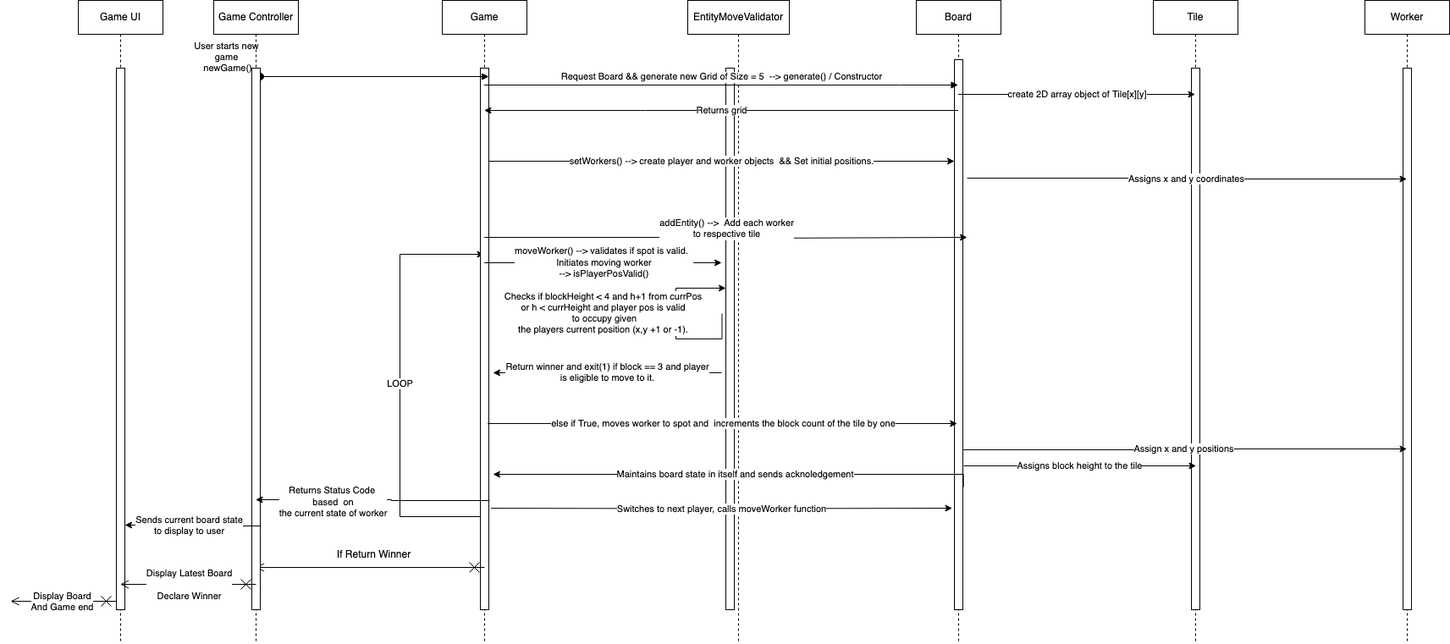
This is build_justification.drawio.png from rajathmCMU/f23-lab04, a draw.io export, as it was before one commit. Source tidied: cells renumbered, new cells last; positions are measured from the earlier drawing's top-left corner, leaving out a move shared by most shapes.
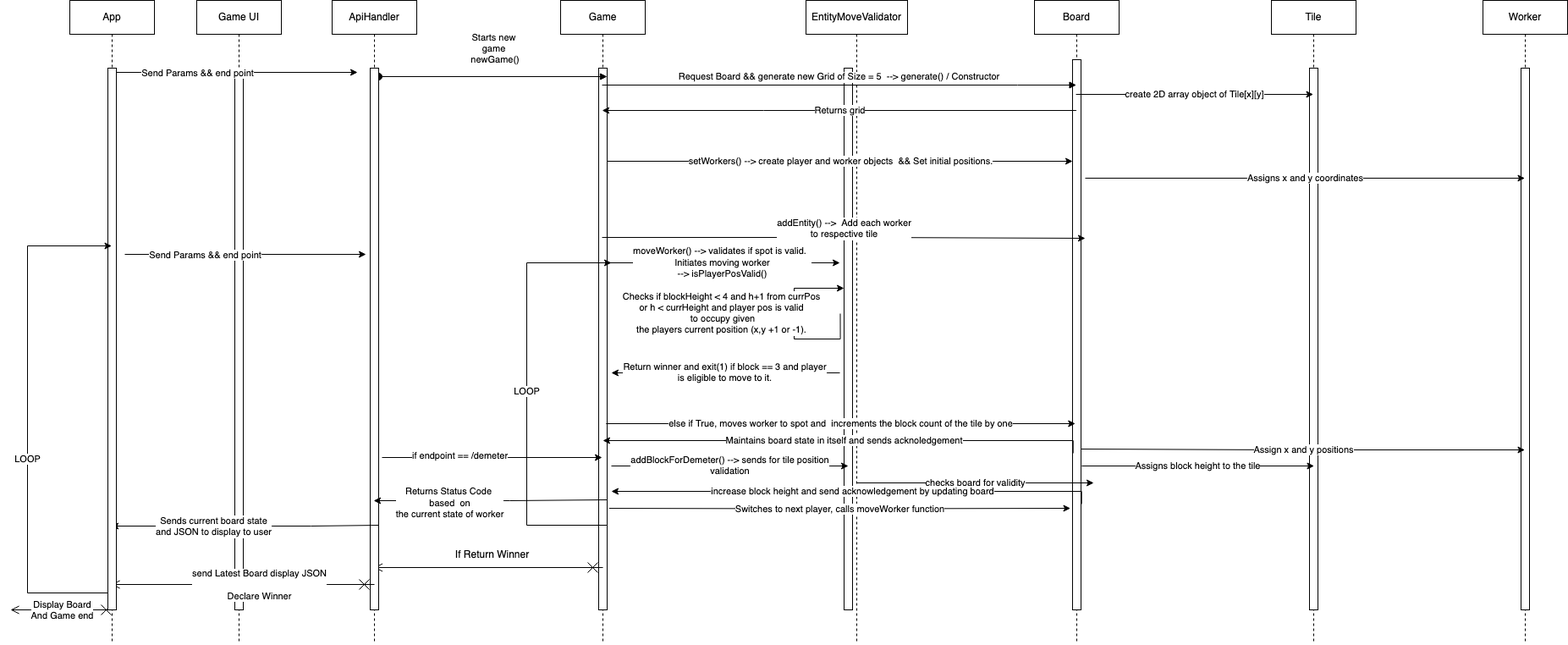
After the commit.

What changed in the source:
```diff
@@ -5,14 +5,6 @@
     <mxCell id="2" value="Game" style="shape=umlLifeline;perimeter=lifelinePerimeter;whiteSpace=wrap;html=1;outlineConnect=0;portConstraint=eastwest;newEdgeStyle={&quot;curved&quot;:0,&quot;rounded&quot;:0};" parent="1" vertex="1">
       <mxGeometry x="510" width="100" height="760" as="geometry" />
     </mxCell>
-    <mxCell id="3" value="LOOP" style="edgeStyle=orthogonalEdgeStyle;rounded=0;jettySize=auto;html=1;curved=0;" parent="2" edge="1" source="4" target="2">
-      <mxGeometry relative="1" as="geometry">
-        <Array as="points">
-          <mxPoint x="-50" y="610" />
-          <mxPoint x="-50" y="300" />
-        </Array>
-      </mxGeometry>
-    </mxCell>
     <mxCell id="4" style="html=1;points=[[0,0,0,0,5],[0,1,0,0,-5],[1,0,0,0,5],[1,1,0,0,-5]];perimeter=orthogonalPerimeter;outlineConnect=0;targetShapes=umlLifeline;portConstraint=eastwest;newEdgeStyle={&quot;curved&quot;:0,&quot;rounded&quot;:0};" parent="2" vertex="1">
       <mxGeometry x="45" y="80" width="10" height="640" as="geometry" />
     </mxCell>
@@ -51,11 +43,10 @@
     <mxCell id="13" style="html=1;perimeter=orthogonalPerimeter;targetShapes=umlLifeline;newEdgeStyle={&quot;curved&quot;:0,&quot;rounded&quot;:0};" parent="11" vertex="1">
       <mxGeometry x="45" y="80" width="10" height="640" as="geometry" />
     </mxCell>
-    <mxCell id="14" value="&lt;div&gt;User starts new&lt;/div&gt;&lt;div&gt;game&lt;/div&gt;&amp;nbsp;newGame()" style="html=1;verticalAlign=bottom;startArrow=oval;startFill=1;endArrow=block;startSize=8;curved=0;rounded=0;" parent="1" edge="1">
-      <mxGeometry x="-1" y="-40" relative="1" as="geometry">
+    <mxCell id="14" value="&lt;div&gt;Starts new&lt;/div&gt;&lt;div&gt;game&lt;/div&gt;&amp;nbsp;newGame()" style="html=1;verticalAlign=bottom;startArrow=oval;startFill=1;endArrow=block;startSize=8;curved=0;rounded=0;" parent="1" edge="1">
+      <mxGeometry y="10" relative="1" as="geometry">
         <mxPoint x="295" y="90" as="sourcePoint" />
         <mxPoint x="565" y="90" as="targetPoint" />
-        <mxPoint x="-40" y="-40" as="offset" />
       </mxGeometry>
     </mxCell>
     <mxCell id="15" value="Request Board &amp;amp;&amp;amp; generate new Grid of Size = 5&amp;nbsp; --&amp;gt; generate() / Constructor" style="html=1;verticalAlign=bottom;endArrow=block;curved=0;rounded=0;" parent="1" edge="1" source="2" target="9">
@@ -148,10 +139,10 @@
     </mxCell>
     <mxCell id="26" value="Maintains board state in itself and sends acknoledgement" style="edgeStyle=orthogonalEdgeStyle;rounded=0;orthogonalLoop=1;jettySize=auto;html=1;curved=0;" parent="1" edge="1">
       <mxGeometry relative="1" as="geometry">
-        <mxPoint x="1125.7" y="574.9" as="sourcePoint" />
-        <mxPoint x="570" y="560" as="targetPoint" />
+        <mxPoint x="1115.7" y="534.9" as="sourcePoint" />
+        <mxPoint x="560" y="520" as="targetPoint" />
         <Array as="points">
-          <mxPoint x="1126" y="560" />
+          <mxPoint x="1116" y="520" />
         </Array>
       </mxGeometry>
     </mxCell>
@@ -177,7 +168,7 @@
         </Array>
       </mxGeometry>
     </mxCell>
-    <mxCell id="30" value="Game Controller" style="shape=umlLifeline;perimeter=lifelinePerimeter;whiteSpace=wrap;html=1;outlineConnect=0;portConstraint=eastwest;newEdgeStyle={&quot;curved&quot;:0,&quot;rounded&quot;:0};" parent="1" vertex="1">
+    <mxCell id="30" value="ApiHandler" style="shape=umlLifeline;perimeter=lifelinePerimeter;whiteSpace=wrap;html=1;outlineConnect=0;portConstraint=eastwest;newEdgeStyle={&quot;curved&quot;:0,&quot;rounded&quot;:0};" parent="1" vertex="1">
       <mxGeometry x="240" width="100" height="760" as="geometry" />
     </mxCell>
     <mxCell id="31" style="html=1;perimeter=orthogonalPerimeter;targetShapes=umlLifeline;newEdgeStyle={&quot;curved&quot;:0,&quot;rounded&quot;:0};" parent="30" vertex="1">
@@ -204,7 +195,7 @@
         <mxPoint x="36" as="offset" />
       </mxGeometry>
     </mxCell>
-    <mxCell id="36" style="edgeStyle=orthogonalEdgeStyle;rounded=0;jettySize=auto;html=1;curved=0;" parent="1" edge="1" target="33">
+    <mxCell id="36" style="edgeStyle=orthogonalEdgeStyle;rounded=0;jettySize=auto;html=1;curved=0;" parent="1" edge="1" target="42">
       <mxGeometry relative="1" as="geometry">
         <mxPoint x="295.5" y="620" as="sourcePoint" />
         <Array as="points">
@@ -214,25 +205,25 @@
         </Array>
       </mxGeometry>
     </mxCell>
-    <mxCell id="37" value="&lt;div&gt;Sends current board state&lt;/div&gt;&lt;div&gt;to display to user&lt;br&gt;&lt;/div&gt;" style="edgeLabel;html=1;align=center;verticalAlign=middle;" parent="36" vertex="1">
+    <mxCell id="37" value="&lt;div&gt;Sends current board state&lt;/div&gt;&lt;div&gt;and JSON to display to user&lt;br&gt;&lt;/div&gt;" style="edgeLabel;html=1;align=center;verticalAlign=middle;" parent="36" vertex="1">
       <mxGeometry x="0.41" relative="1" as="geometry">
         <mxPoint x="27" as="offset" />
       </mxGeometry>
     </mxCell>
-    <mxCell id="38" style="endArrow=open;startArrow=cross;endFill=0;startFill=0;endSize=8;startSize=10;html=1;rounded=0;" parent="1" edge="1" target="32">
+    <mxCell id="38" style="endArrow=open;startArrow=cross;endFill=0;startFill=0;endSize=8;startSize=10;html=1;rounded=0;" parent="1" edge="1" target="42">
       <mxGeometry relative="1" as="geometry">
         <mxPoint x="290" y="690" as="sourcePoint" />
       </mxGeometry>
     </mxCell>
-    <mxCell id="39" value="&lt;div&gt;Display Latest Board &lt;br&gt;&lt;/div&gt;&lt;br&gt;Declare Winner" style="edgeLabel;html=1;align=center;verticalAlign=middle;" parent="38" vertex="1">
+    <mxCell id="39" value="&lt;div&gt;send Latest Board display JSON &lt;br&gt;&lt;/div&gt;&lt;br&gt;Declare Winner" style="edgeLabel;html=1;align=center;verticalAlign=middle;" parent="38" vertex="1">
       <mxGeometry x="-0.25" y="1" relative="1" as="geometry">
         <mxPoint x="-20" y="-1" as="offset" />
       </mxGeometry>
     </mxCell>
     <mxCell id="40" style="endArrow=open;startArrow=cross;endFill=0;startFill=0;endSize=8;startSize=10;html=1;rounded=0;" parent="1" edge="1">
       <mxGeometry relative="1" as="geometry">
-        <mxPoint x="125" y="710" as="sourcePoint" />
-        <mxPoint y="710" as="targetPoint" />
+        <mxPoint x="-15" y="720" as="sourcePoint" />
+        <mxPoint x="-140" y="720" as="targetPoint" />
       </mxGeometry>
     </mxCell>
     <mxCell id="41" value="&lt;div&gt;Display Board&lt;br&gt;&lt;/div&gt;&lt;div&gt;And Game end&lt;br&gt;&lt;/div&gt;" style="edgeLabel;html=1;align=center;verticalAlign=middle;" parent="40" vertex="1">
@@ -240,5 +231,87 @@
         <mxPoint x="20" y="2" as="offset" />
       </mxGeometry>
     </mxCell>
+    <mxCell id="42" value="App" style="shape=umlLifeline;perimeter=lifelinePerimeter;whiteSpace=wrap;html=1;outlineConnect=0;portConstraint=eastwest;newEdgeStyle={&quot;curved&quot;:0,&quot;rounded&quot;:0};" parent="1" vertex="1">
+      <mxGeometry x="-70" width="100" height="760" as="geometry" />
+    </mxCell>
+    <mxCell id="43" style="edgeStyle=orthogonalEdgeStyle;rounded=0;jettySize=auto;html=1;curved=0;exitX=1;exitY=0;exitDx=0;exitDy=5;exitPerimeter=0;" parent="42" edge="1" source="45">
+      <mxGeometry relative="1" as="geometry">
+        <mxPoint x="340" y="85" as="targetPoint" />
+      </mxGeometry>
+    </mxCell>
+    <mxCell id="44" value="Send Params &amp;amp;&amp;amp; end point" style="edgeLabel;html=1;align=center;verticalAlign=middle;" parent="43" vertex="1">
+      <mxGeometry x="-0.33" relative="1" as="geometry" />
+    </mxCell>
+    <mxCell id="45" style="html=1;points=[[0,0,0,0,5],[0,1,0,0,-5],[1,0,0,0,5],[1,1,0,0,-5]];perimeter=orthogonalPerimeter;outlineConnect=0;targetShapes=umlLifeline;portConstraint=eastwest;newEdgeStyle={&quot;curved&quot;:0,&quot;rounded&quot;:0};" parent="42" vertex="1">
+      <mxGeometry x="45" y="80" width="10" height="640" as="geometry" />
+    </mxCell>
+    <mxCell id="46" value="&lt;div&gt;addBlockForDemeter() --&amp;gt; sends for tile position&lt;/div&gt;&lt;div&gt;validation&lt;br&gt;&lt;/div&gt;" style="edgeStyle=orthogonalEdgeStyle;rounded=0;orthogonalLoop=1;jettySize=auto;html=1;curved=0;" parent="1" edge="1">
+      <mxGeometry relative="1" as="geometry">
+        <mxPoint x="570" y="550" as="sourcePoint" />
+        <mxPoint x="850" y="550" as="targetPoint" />
+        <Array as="points">
+          <mxPoint x="710" y="550" />
+          <mxPoint x="710" y="550" />
+        </Array>
+      </mxGeometry>
+    </mxCell>
+    <mxCell id="47" value="checks board for validity" style="edgeStyle=orthogonalEdgeStyle;rounded=0;orthogonalLoop=1;jettySize=auto;html=1;curved=0;" parent="1" edge="1">
+      <mxGeometry relative="1" as="geometry">
+        <mxPoint x="860" y="570" as="sourcePoint" />
+        <mxPoint x="1140" y="570" as="targetPoint" />
+        <Array as="points">
+          <mxPoint x="1000" y="570" />
+          <mxPoint x="1000" y="570" />
+        </Array>
+      </mxGeometry>
+    </mxCell>
+    <mxCell id="48" value="increase block height and send acknowledgement by updating board" style="edgeStyle=orthogonalEdgeStyle;rounded=0;orthogonalLoop=1;jettySize=auto;html=1;curved=0;" parent="1" edge="1">
+      <mxGeometry relative="1" as="geometry">
+        <mxPoint x="1125.7" y="594.9" as="sourcePoint" />
+        <mxPoint x="570" y="580" as="targetPoint" />
+        <Array as="points">
+          <mxPoint x="1126" y="580" />
+        </Array>
+      </mxGeometry>
+    </mxCell>
+    <mxCell id="49" style="edgeStyle=orthogonalEdgeStyle;rounded=0;orthogonalLoop=1;jettySize=auto;html=1;curved=0;exitX=1;exitY=0;exitDx=0;exitDy=5;exitPerimeter=0;" parent="1" edge="1">
+      <mxGeometry relative="1" as="geometry">
+        <mxPoint x="-5" y="300" as="sourcePoint" />
+        <mxPoint x="280" y="300" as="targetPoint" />
+      </mxGeometry>
+    </mxCell>
+    <mxCell id="50" value="Send Params &amp;amp;&amp;amp; end point" style="edgeLabel;html=1;align=center;verticalAlign=middle;" parent="49" vertex="1">
+      <mxGeometry x="-0.33" relative="1" as="geometry" />
+    </mxCell>
+    <mxCell id="51" value="LOOP" style="edgeStyle=orthogonalEdgeStyle;rounded=0;orthogonalLoop=1;jettySize=auto;html=1;curved=0;" parent="1" edge="1">
+      <mxGeometry relative="1" as="geometry">
+        <mxPoint x="565" y="620" as="sourcePoint" />
+        <mxPoint x="570" y="310" as="targetPoint" />
+        <Array as="points">
+          <mxPoint x="470" y="620" />
+          <mxPoint x="470" y="310" />
+        </Array>
+      </mxGeometry>
+    </mxCell>
+    <mxCell id="3" value="LOOP" style="edgeStyle=orthogonalEdgeStyle;rounded=0;orthogonalLoop=1;jettySize=auto;html=1;curved=0;" parent="1" edge="1">
+      <mxGeometry relative="1" as="geometry">
+        <mxPoint x="-25" y="600" as="sourcePoint" />
+        <mxPoint x="-20.5" y="290" as="targetPoint" />
+        <Array as="points">
+          <mxPoint x="-25" y="700" />
+          <mxPoint x="-120" y="700" />
+          <mxPoint x="-120" y="290" />
+        </Array>
+      </mxGeometry>
+    </mxCell>
+    <mxCell id="52" style="edgeStyle=orthogonalEdgeStyle;rounded=0;orthogonalLoop=1;jettySize=auto;html=1;curved=0;" parent="1" edge="1">
+      <mxGeometry relative="1" as="geometry">
+        <mxPoint x="299" y="540" as="sourcePoint" />
+        <mxPoint x="559" y="540" as="targetPoint" />
+      </mxGeometry>
+    </mxCell>
+    <mxCell id="53" value="if endpoint == /demeter" style="edgeLabel;html=1;align=center;verticalAlign=middle;" parent="52" vertex="1">
+      <mxGeometry x="-0.29" y="3" relative="1" as="geometry" />
+    </mxCell>
   </root>
 </mxGraphModel>
```
